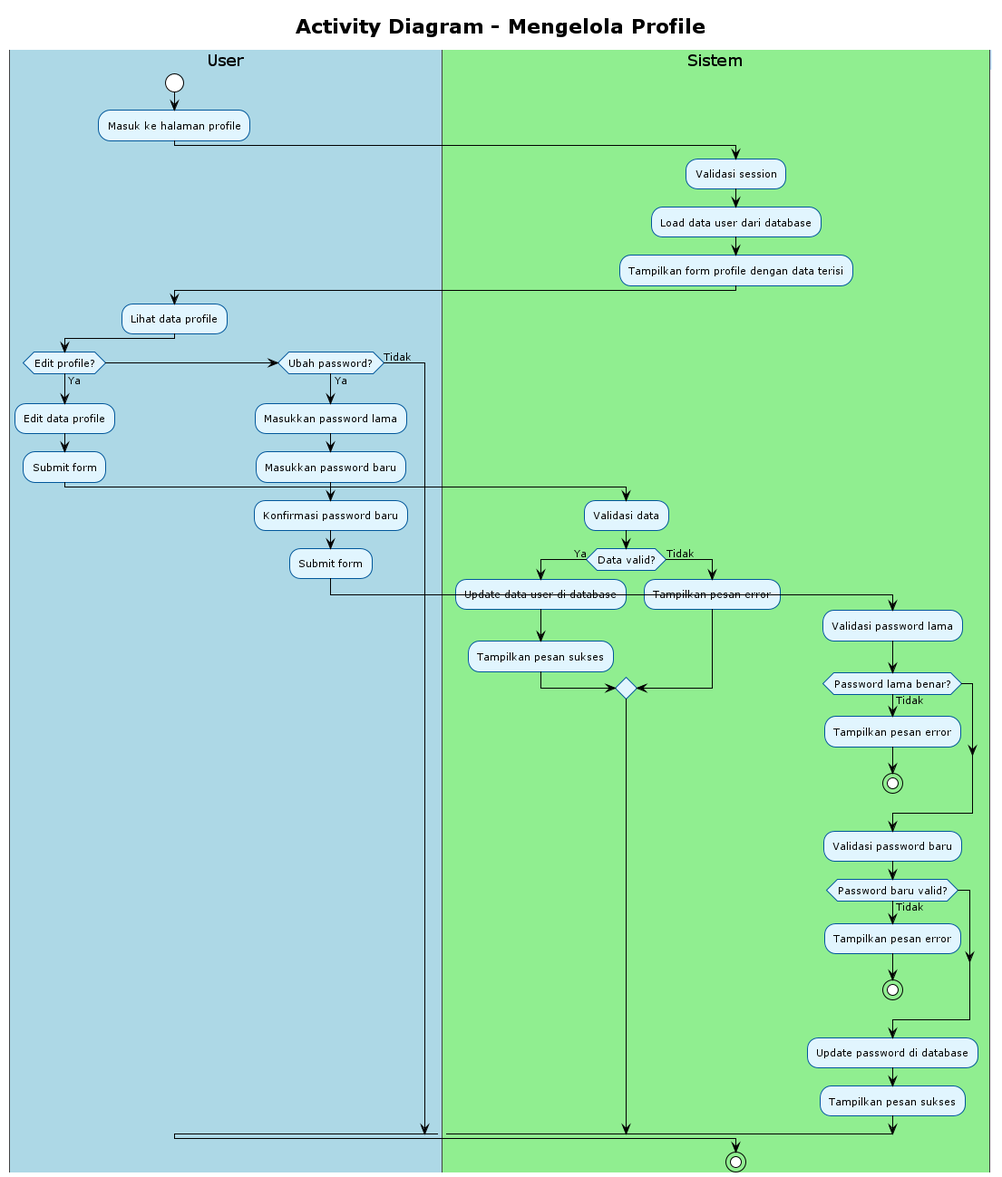
This is out/uml/activity/Activity new/11_kelola_profile/11_kelola_profile.png from Rifkiwastaken/example-app, a PlantUML export, as it was before one commit. Its diagram source:
```plantuml
@startuml
!theme plain
skinparam activity {
    BackgroundColor #E1F5FE
    BorderColor #01579B
    FontSize 11
}
skinparam swimlane {
    BackgroundColor #F5F5F5
    BorderColor #424242
    TitleBackgroundColor #BBDEFB
    TitleBorderColor #1976D2
}

title Activity Diagram - Mengelola Profile

|#LightBlue|User|
start
:Masuk ke halaman profile;

|#LightGreen|Sistem|
:Validasi session;
:Load data user dari database;
:Tampilkan form profile dengan data terisi;

|#LightBlue|User|
:Lihat data profile;

if (Edit profile?) then (Ya)
    |#LightBlue|User|
    :Edit data profile;
    :Submit form;
    |#LightGreen|Sistem|
    :Validasi data;
    if (Data valid?) then (Ya)
        :Update data user di database;
        :Tampilkan pesan sukses;
    else (Tidak)
        :Tampilkan pesan error;
    endif
elseif (Ubah password?) then (Ya)
    |#LightBlue|User|
    :Masukkan password lama;
    :Masukkan password baru;
    :Konfirmasi password baru;
    :Submit form;
    |#LightGreen|Sistem|
    :Validasi password lama;
    if (Password lama benar?) then (Tidak)
        :Tampilkan pesan error;
        stop
    endif
    :Validasi password baru;
    if (Password baru valid?) then (Tidak)
        :Tampilkan pesan error;
        stop
    endif
    :Update password di database;
    :Tampilkan pesan sukses;
else (Tidak)
endif

stop

@enduml
```
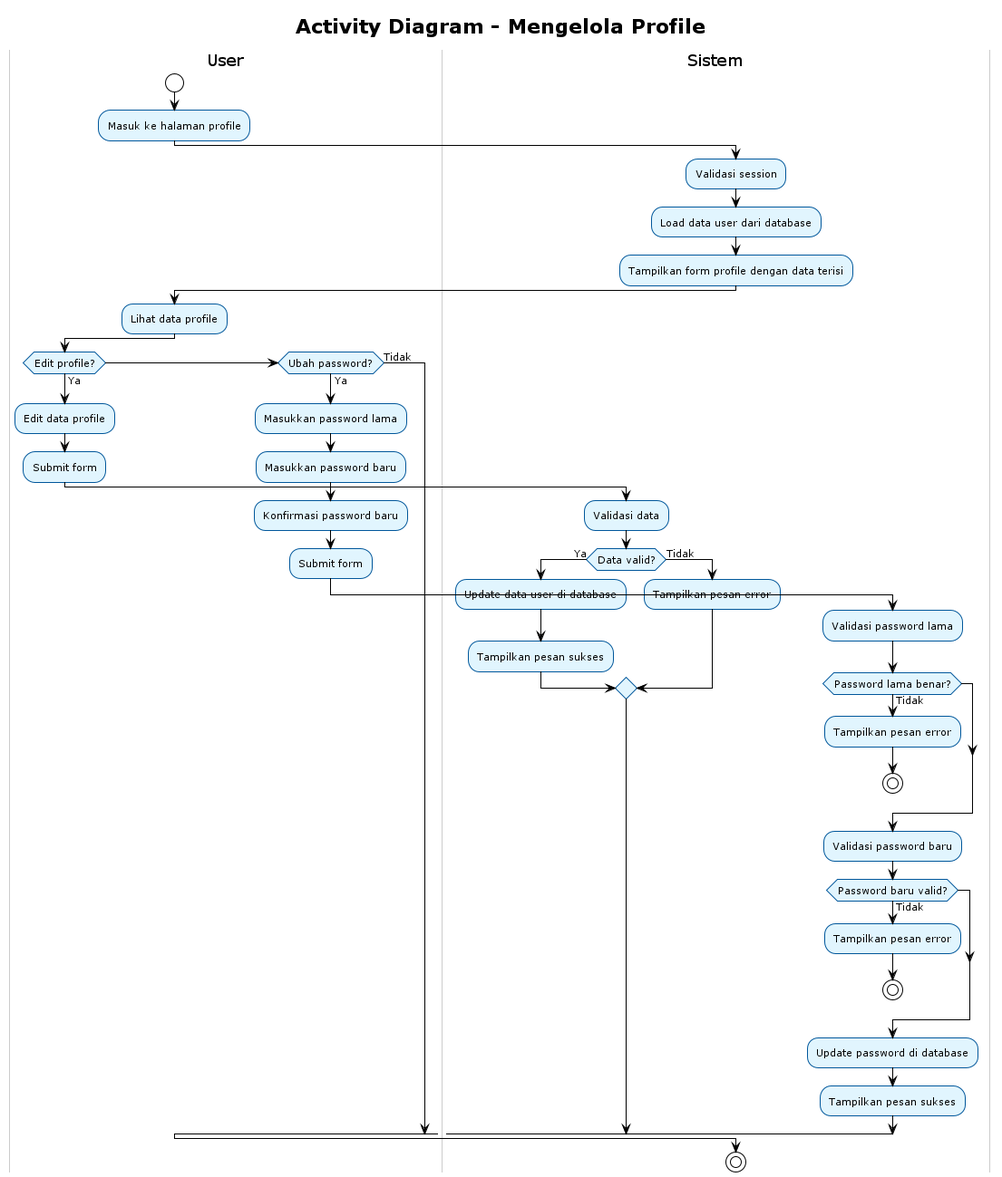
Later version of the same file.

The edit, as a diff of the source:
```diff
@@ -1,36 +1,37 @@
 @startuml
 !theme plain
+skinparam backgroundColor white
 skinparam activity {
     BackgroundColor #E1F5FE
     BorderColor #01579B
     FontSize 11
 }
 skinparam swimlane {
-    BackgroundColor #F5F5F5
-    BorderColor #424242
-    TitleBackgroundColor #BBDEFB
-    TitleBorderColor #1976D2
+    BackgroundColor White
+    BorderColor #CCCCCC
+    TitleBackgroundColor White
+    TitleBorderColor #999999
 }
 
 title Activity Diagram - Mengelola Profile
 
-|#LightBlue|User|
+|#White|User|
 start
 :Masuk ke halaman profile;
 
-|#LightGreen|Sistem|
+|#White|Sistem|
 :Validasi session;
 :Load data user dari database;
 :Tampilkan form profile dengan data terisi;
 
-|#LightBlue|User|
+|#White|User|
 :Lihat data profile;
 
 if (Edit profile?) then (Ya)
-    |#LightBlue|User|
+    |#White|User|
     :Edit data profile;
     :Submit form;
-    |#LightGreen|Sistem|
+    |#White|Sistem|
     :Validasi data;
     if (Data valid?) then (Ya)
         :Update data user di database;
@@ -39,12 +40,12 @@
         :Tampilkan pesan error;
     endif
 elseif (Ubah password?) then (Ya)
-    |#LightBlue|User|
+    |#White|User|
     :Masukkan password lama;
     :Masukkan password baru;
     :Konfirmasi password baru;
     :Submit form;
-    |#LightGreen|Sistem|
+    |#White|Sistem|
     :Validasi password lama;
     if (Password lama benar?) then (Tidak)
         :Tampilkan pesan error;
```
